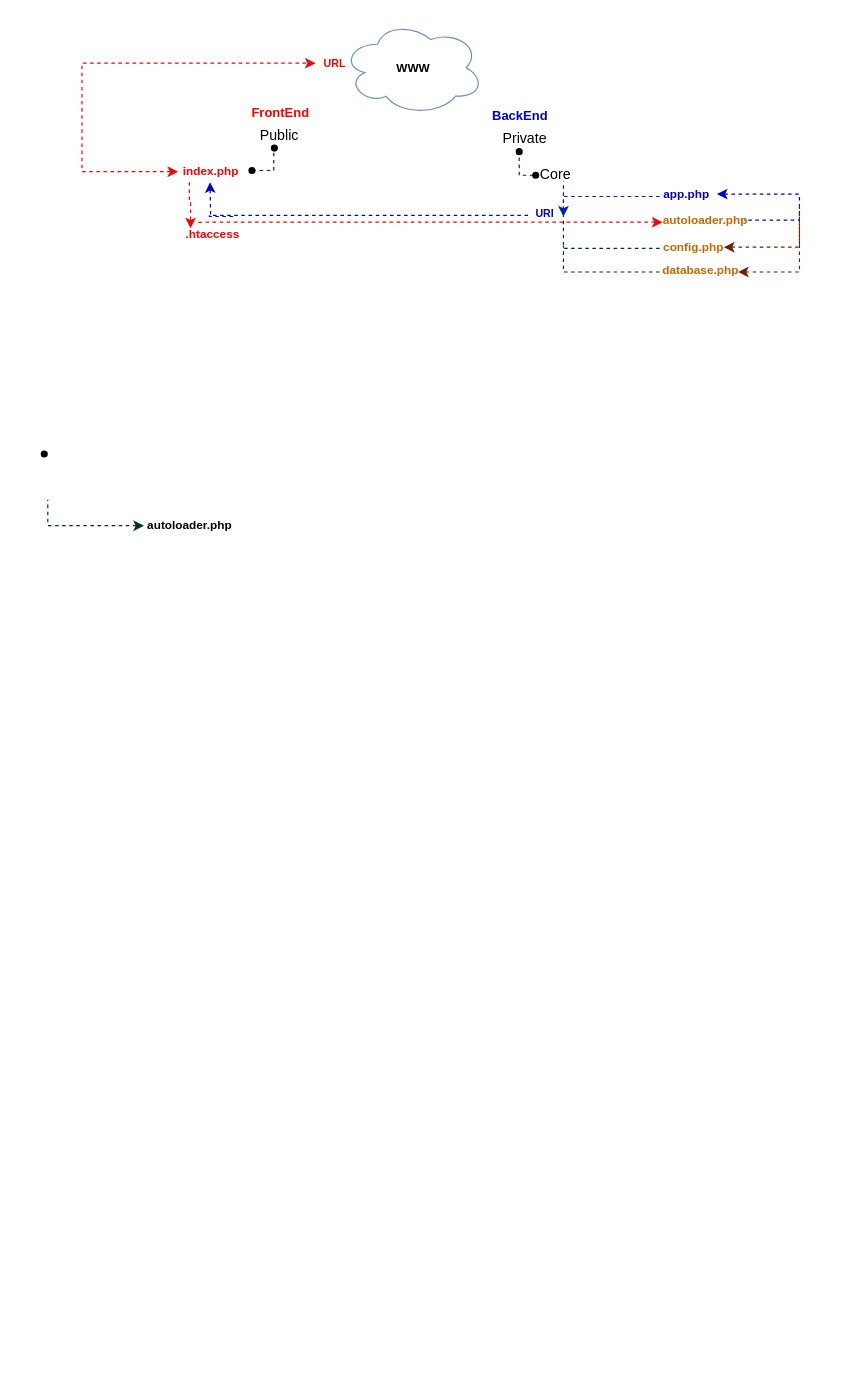
Earlier version of the draw.io diagram material/Diagrama_acelnet_school.drawio (acaluege/acelnet_school). Source tidied: cells renumbered, new cells numbered last; positions are measured from the earlier drawing's top-left corner, leaving out a move shared by most shapes. Both pictures are drawn from the tidied source at 118%, with x=0, y=0 at pixel (20, 20).
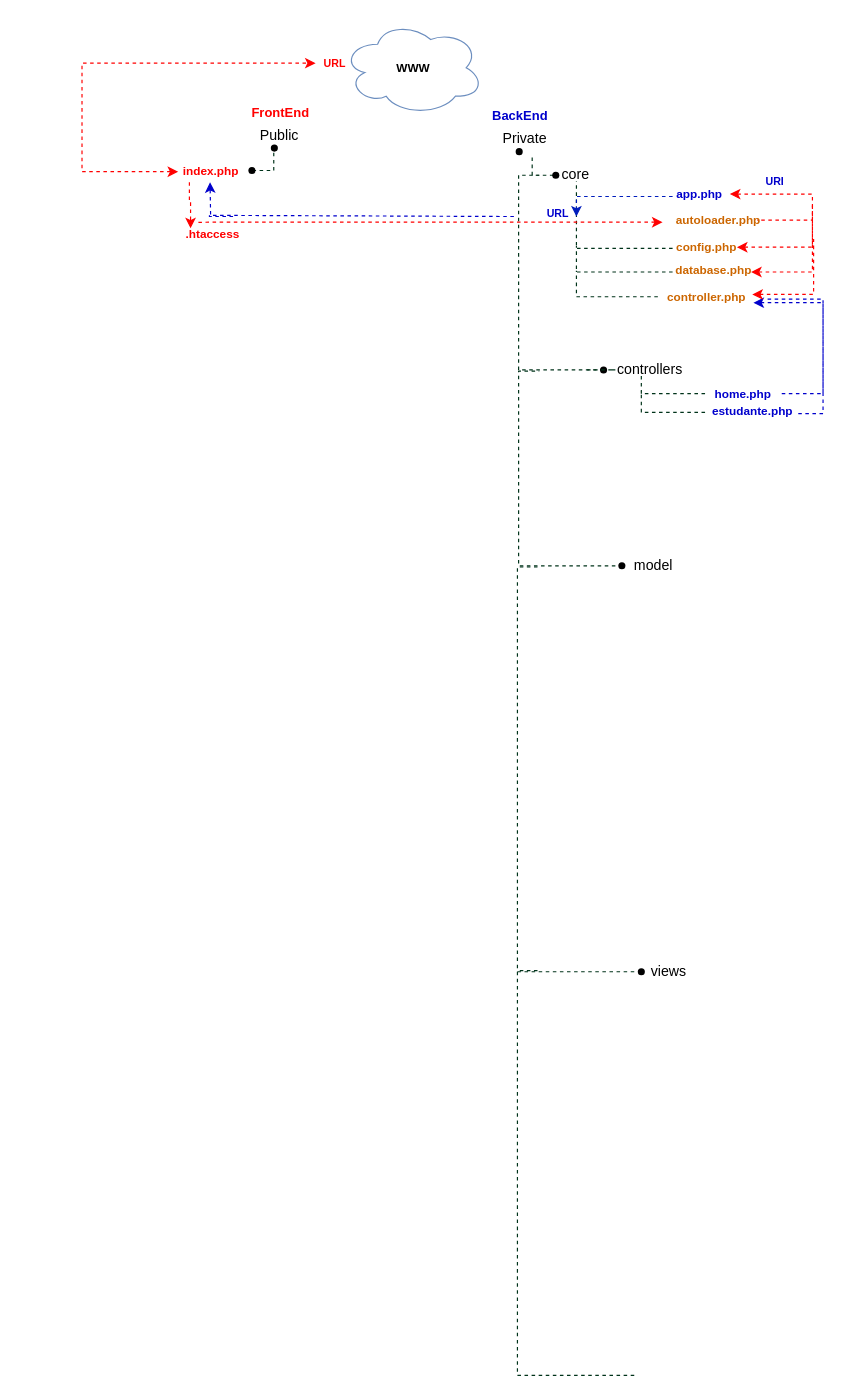
The same diagram, later.

What changed in the source:
```diff
@@
-    <mxCell id="3" style="edgeStyle=orthogonalEdgeStyle;rounded=0;orthogonalLoop=1;jettySize=auto;html=1;dashed=1;fontSize=11;fontColor=#0000CC;startArrow=classic;startFill=1;endArrow=none;endFill=0;strokeColor=#0000CC;strokeWidth=1;" parent="1" edge="1">
+    <mxCell id="3" style="edgeStyle=orthogonalEdgeStyle;rounded=0;orthogonalLoop=1;jettySize=auto;html=1;dashed=1;fontSize=11;fontColor=#FF0000;startArrow=classic;startFill=1;endArrow=none;endFill=0;strokeColor=#0000CC;strokeWidth=1;" parent="1" edge="1">
       <mxGeometry relative="1" as="geometry">
         <mxPoint x="160.5" y="137" as="sourcePoint" />
         <mxPoint x="161" y="166" as="targetPoint" />
       </mxGeometry>
     </mxCell>
@@
     <mxCell id="8" value="app.php" style="text;html=1;align=center;verticalAlign=middle;whiteSpace=wrap;rounded=0;fontStyle=1;fontSize=10;fontColor=#0000CC;" parent="1" vertex="1">
-      <mxGeometry x="531.5" y="137" width="65" height="20.5" as="geometry" />
+      <mxGeometry x="542.5" y="137" width="65" height="20.5" as="geometry" />
     </mxCell>
@@
     <mxCell id="12" style="edgeStyle=orthogonalEdgeStyle;rounded=0;jettySize=auto;html=1;strokeColor=#00331A;strokeWidth=1;dashed=1;endArrow=none;endFill=0;fontSize=10;" parent="1" edge="1" target="13">
       <mxGeometry relative="1" as="geometry">
-        <mxPoint x="422.5" y="116" as="sourcePoint" />
+        <mxPoint x="433.5" y="116" as="sourcePoint" />
         <Array as="points">
-          <mxPoint x="423" y="131" />
+          <mxPoint x="434" y="131" />
         </Array>
       </mxGeometry>
     </mxCell>
     <mxCell id="13" style="shape=waypoint;sketch=0;fillStyle=solid;size=6;points=[];fillColor=none;perimeter=centerPerimeter;snapToPoint=1;fontSize=10;" parent="1" vertex="1">
-      <mxGeometry x="416.5" y="111" width="40" height="40" as="geometry" />
+      <mxGeometry x="433.5" y="111" width="40" height="40" as="geometry" />
     </mxCell>
-    <mxCell id="14" style="shape=waypoint;sketch=0;fillStyle=solid;size=6;fillColor=none;perimeter=centerPerimeter;fontSize=10;" parent="1" vertex="1">
-      <mxGeometry y="347.2" width="40" height="40" as="geometry" />
-    </mxCell>
-    <mxCell id="15" value="Core" style="text;html=1;align=center;verticalAlign=middle;strokeColor=none;fillColor=none;fontSize=12;" parent="1" vertex="1">
-      <mxGeometry x="432.5" y="121" width="40" height="20" as="geometry" />
+    <mxCell id="15" value="core" style="text;html=1;align=center;verticalAlign=middle;strokeColor=none;fillColor=none;fontSize=12;" parent="1" vertex="1">
+      <mxGeometry x="449.5" y="121" width="40" height="20" as="geometry" />
     </mxCell>
     <mxCell id="16" value="autoloader.php" style="text;html=1;align=center;verticalAlign=middle;whiteSpace=wrap;rounded=0;fontStyle=1;fontSize=10;fontColor=#CC6600;" parent="1" vertex="1">
-      <mxGeometry x="548" y="158.5" width="65" height="20.5" as="geometry" />
+      <mxGeometry x="559" y="158.5" width="65" height="20.5" as="geometry" />
     </mxCell>
     <mxCell id="17" value="config.php" style="text;html=1;align=center;verticalAlign=middle;whiteSpace=wrap;rounded=0;fontStyle=1;fontSize=10;fontColor=#CC6600;" parent="1" vertex="1">
-      <mxGeometry x="537.5" y="182" width="65" height="20.5" as="geometry" />
+      <mxGeometry x="548.5" y="182" width="65" height="20.5" as="geometry" />
     </mxCell>
@@
-    <mxCell id="20" value="autoloader.php" style="text;html=1;align=center;verticalAlign=middle;whiteSpace=wrap;rounded=0;fontStyle=1;fontSize=10;" parent="1" vertex="1">
-      <mxGeometry x="111" y="416.5" width="65" height="20.5" as="geometry" />
-    </mxCell>
-    <mxCell id="21" style="edgeStyle=orthogonalEdgeStyle;rounded=0;orthogonalLoop=1;jettySize=auto;html=1;dashed=1;startArrow=classic;startFill=1;endArrow=none;endFill=0;strokeColor=#00331A;strokeWidth=1;" parent="1" edge="1">
-      <mxGeometry relative="1" as="geometry">
-        <mxPoint x="104.5" y="428" as="sourcePoint" />
-        <mxPoint x="23" y="406" as="targetPoint" />
-        <Array as="points">
-          <mxPoint x="23" y="428" />
-        </Array>
-      </mxGeometry>
-    </mxCell>
     <mxCell id="22" style="edgeStyle=orthogonalEdgeStyle;rounded=0;orthogonalLoop=1;jettySize=auto;html=1;dashed=1;startArrow=none;startFill=0;endArrow=none;endFill=0;strokeColor=#00331A;strokeWidth=1;" parent="1" edge="1">
       <mxGeometry relative="1" as="geometry">
-        <mxPoint x="541.5" y="193" as="sourcePoint" />
-        <mxPoint x="460" y="136" as="targetPoint" />
+        <mxPoint x="552.5" y="193" as="sourcePoint" />
+        <mxPoint x="471" y="136" as="targetPoint" />
         <Array as="points">
-          <mxPoint x="460" y="193" />
+          <mxPoint x="471" y="193" />
         </Array>
       </mxGeometry>
     </mxCell>
     <mxCell id="23" value="database.php" style="text;html=1;align=center;verticalAlign=middle;whiteSpace=wrap;rounded=0;fontStyle=1;fontSize=10;fontColor=#CC6600;" parent="1" vertex="1">
-      <mxGeometry x="544" y="200.5" width="65" height="20.5" as="geometry" />
+      <mxGeometry x="555" y="200.5" width="65" height="20.5" as="geometry" />
     </mxCell>
     <mxCell id="24" style="edgeStyle=orthogonalEdgeStyle;rounded=0;orthogonalLoop=1;jettySize=auto;html=1;dashed=1;startArrow=none;startFill=0;endArrow=none;endFill=0;strokeColor=#00331A;strokeWidth=1;" parent="1" edge="1">
       <mxGeometry relative="1" as="geometry">
-        <mxPoint x="541.5" y="213" as="sourcePoint" />
-        <mxPoint x="460" y="191" as="targetPoint" />
+        <mxPoint x="552.5" y="213" as="sourcePoint" />
+        <mxPoint x="471" y="191" as="targetPoint" />
         <Array as="points">
-          <mxPoint x="460" y="213" />
+          <mxPoint x="471" y="213" />
         </Array>
       </mxGeometry>
     </mxCell>
@@
-    <mxCell id="26" style="edgeStyle=orthogonalEdgeStyle;rounded=0;jettySize=auto;html=1;dashed=1;startArrow=classic;startFill=1;endArrow=none;endFill=0;strokeColor=#0000CC;strokeWidth=1;fontColor=#0000CC;fillColor=#a0522d;" parent="1" edge="1" target="16">
+    <mxCell id="26" style="edgeStyle=orthogonalEdgeStyle;rounded=0;jettySize=auto;html=1;dashed=1;startArrow=classic;startFill=1;endArrow=none;endFill=0;strokeColor=#FF0000;strokeWidth=1;fontColor=#0000CC;fillColor=#a0522d;" parent="1" edge="1" target="16">
       <mxGeometry relative="1" as="geometry">
-        <mxPoint x="590" y="147" as="sourcePoint" />
+        <mxPoint x="601" y="147" as="sourcePoint" />
         <Array as="points">
-          <mxPoint x="660" y="147" />
-          <mxPoint x="660" y="169" />
+          <mxPoint x="671" y="147" />
+          <mxPoint x="671" y="169" />
         </Array>
       </mxGeometry>
     </mxCell>
-    <mxCell id="27" style="edgeStyle=orthogonalEdgeStyle;rounded=0;orthogonalLoop=1;jettySize=auto;html=1;dashed=1;startArrow=classic;startFill=1;endArrow=none;endFill=0;strokeColor=#6D1F00;strokeWidth=1;fontColor=#CC6600;fillColor=#a0522d;" parent="1" edge="1">
+    <mxCell id="27" style="edgeStyle=orthogonalEdgeStyle;rounded=0;orthogonalLoop=1;jettySize=auto;html=1;dashed=1;startArrow=classic;startFill=1;endArrow=none;endFill=0;strokeColor=#FF0000;strokeWidth=1;fontColor=#CC6600;fillColor=#a0522d;" parent="1" edge="1">
       <mxGeometry relative="1" as="geometry">
-        <mxPoint x="596" y="192" as="sourcePoint" />
-        <mxPoint x="660" y="156" as="targetPoint" />
+        <mxPoint x="607" y="192" as="sourcePoint" />
+        <mxPoint x="671" y="156" as="targetPoint" />
         <Array as="points">
-          <mxPoint x="660" y="192" />
+          <mxPoint x="671" y="192" />
         </Array>
       </mxGeometry>
     </mxCell>
-    <mxCell id="28" style="edgeStyle=orthogonalEdgeStyle;rounded=0;orthogonalLoop=1;jettySize=auto;html=1;dashed=1;startArrow=classic;startFill=1;endArrow=none;endFill=0;strokeColor=#6D1F00;strokeWidth=1;fillColor=#a0522d;" parent="1" edge="1">
+    <mxCell id="28" style="edgeStyle=orthogonalEdgeStyle;rounded=0;orthogonalLoop=1;jettySize=auto;html=1;dashed=1;startArrow=classic;startFill=1;endArrow=none;endFill=0;strokeColor=#FF0000;strokeWidth=1;fillColor=#a0522d;" parent="1" edge="1">
       <mxGeometry relative="1" as="geometry">
-        <mxPoint x="608" y="213" as="sourcePoint" />
-        <mxPoint x="660" y="166" as="targetPoint" />
+        <mxPoint x="619" y="213" as="sourcePoint" />
+        <mxPoint x="671" y="166" as="targetPoint" />
         <Array as="points">
-          <mxPoint x="660" y="213" />
+          <mxPoint x="671" y="213" />
         </Array>
       </mxGeometry>
     </mxCell>
@@
     <mxCell id="31" style="edgeStyle=orthogonalEdgeStyle;rounded=0;orthogonalLoop=1;jettySize=auto;html=1;dashed=1;startArrow=none;startFill=0;endArrow=classic;endFill=1;strokeColor=#001DBC;strokeWidth=1;fillColor=#0050ef;" parent="1" edge="1">
       <mxGeometry relative="1" as="geometry">
-        <mxPoint x="541.5" y="149" as="sourcePoint" />
-        <mxPoint x="460" y="166" as="targetPoint" />
+        <mxPoint x="552.5" y="149" as="sourcePoint" />
+        <mxPoint x="471" y="166" as="targetPoint" />
         <Array as="points">
-          <mxPoint x="460" y="149" />
+          <mxPoint x="471" y="149" />
         </Array>
       </mxGeometry>
     </mxCell>
@@
-    <mxCell id="33" style="edgeStyle=orthogonalEdgeStyle;rounded=0;orthogonalLoop=1;jettySize=auto;html=1;dashed=1;fontSize=11;fontColor=#0000CC;startArrow=none;startFill=0;endArrow=none;endFill=0;strokeColor=#0000CC;strokeWidth=1;" parent="1" edge="1">
+    <mxCell id="33" style="edgeStyle=orthogonalEdgeStyle;rounded=0;orthogonalLoop=1;jettySize=auto;html=1;dashed=1;fontSize=11;fontColor=#FF0000;startArrow=none;startFill=0;endArrow=none;endFill=0;strokeColor=#0000CC;strokeWidth=1;" parent="1" edge="1">
       <mxGeometry relative="1" as="geometry">
         <mxPoint x="180" y="166" as="sourcePoint" />
-        <mxPoint x="430" y="165" as="targetPoint" />
+        <mxPoint x="420" y="166" as="targetPoint" />
         <Array as="points">
           <mxPoint x="160" y="166" />
           <mxPoint x="160" y="165" />
         </Array>
       </mxGeometry>
     </mxCell>
-    <mxCell id="34" value="URI" style="text;html=1;align=center;verticalAlign=middle;strokeColor=none;fillColor=none;fontColor=#0000CC;fontSize=9;fontStyle=1;" parent="1" vertex="1">
-      <mxGeometry x="429" y="154" width="30" height="20" as="geometry" />
+    <mxCell id="34" value="URL" style="text;html=1;align=center;verticalAlign=middle;strokeColor=none;fillColor=none;fontColor=#0000CC;fontSize=9;fontStyle=1;" parent="1" vertex="1">
+      <mxGeometry x="440" y="154" width="30" height="20" as="geometry" />
     </mxCell>
@@
+    <mxCell id="36" value="controllers" style="text;html=1;align=center;verticalAlign=middle;strokeColor=none;fillColor=none;fontSize=12;" parent="1" vertex="1">
+      <mxGeometry x="498" y="285.8" width="70" height="20" as="geometry" />
+    </mxCell>
+    <mxCell id="37" style="edgeStyle=orthogonalEdgeStyle;rounded=0;jettySize=auto;html=1;dashed=1;startArrow=none;startFill=0;endArrow=none;endFill=0;strokeColor=#00331A;strokeWidth=1;entryX=0.029;entryY=0.858;entryDx=0;entryDy=0;entryPerimeter=0;" parent="1" edge="1" source="51">
+      <mxGeometry relative="1" as="geometry">
+        <mxPoint x="439.5" y="131" as="targetPoint" />
+        <Array as="points">
+          <mxPoint x="422" y="131" />
+        </Array>
+      </mxGeometry>
+    </mxCell>
+    <mxCell id="38" style="edgeStyle=orthogonalEdgeStyle;rounded=0;orthogonalLoop=1;jettySize=auto;html=1;dashed=1;startArrow=none;startFill=0;endArrow=none;endFill=0;strokeColor=#00331A;strokeWidth=1;entryX=0.029;entryY=0.858;entryDx=0;entryDy=0;entryPerimeter=0;" parent="1" edge="1">
+      <mxGeometry relative="1" as="geometry">
+        <mxPoint x="504" y="462" as="sourcePoint" />
+        <mxPoint x="439.5" y="297" as="targetPoint" />
+        <Array as="points">
+          <mxPoint x="504" y="462" />
+          <mxPoint x="422" y="462" />
+          <mxPoint x="422" y="297" />
+        </Array>
+      </mxGeometry>
+    </mxCell>
+    <mxCell id="39" style="edgeStyle=orthogonalEdgeStyle;rounded=0;orthogonalLoop=1;jettySize=auto;html=1;dashed=1;startArrow=none;startFill=0;endArrow=none;endFill=0;strokeColor=#00331A;strokeWidth=1;entryX=0.029;entryY=0.858;entryDx=0;entryDy=0;entryPerimeter=0;" parent="1" edge="1">
+      <mxGeometry relative="1" as="geometry">
+        <mxPoint x="520" y="806" as="sourcePoint" />
+        <mxPoint x="438.5" y="463" as="targetPoint" />
+        <Array as="points">
+          <mxPoint x="503" y="806" />
+          <mxPoint x="421" y="806" />
+          <mxPoint x="421" y="463" />
+        </Array>
+      </mxGeometry>
+    </mxCell>
+    <mxCell id="40" value="model" style="text;html=1;align=center;verticalAlign=middle;strokeColor=none;fillColor=none;fontSize=12;" parent="1" vertex="1">
+      <mxGeometry x="511" y="452" width="50" height="20" as="geometry" />
+    </mxCell>
+    <mxCell id="41" style="shape=waypoint;sketch=0;fillStyle=solid;size=6;fillColor=none;perimeter=centerPerimeter;fontSize=10;" parent="1" vertex="1">
+      <mxGeometry x="489.5" y="442" width="40" height="40" as="geometry" />
+    </mxCell>
+    <mxCell id="42" value="views" style="text;html=1;align=center;verticalAlign=middle;strokeColor=none;fillColor=none;fontSize=12;" parent="1" vertex="1">
+      <mxGeometry x="524" y="796" width="50" height="20" as="geometry" />
+    </mxCell>
+    <mxCell id="43" style="shape=waypoint;sketch=0;fillStyle=solid;size=6;fillColor=none;perimeter=centerPerimeter;fontSize=10;" parent="1" vertex="1">
+      <mxGeometry x="506" y="786" width="40" height="40" as="geometry" />
+    </mxCell>
+    <mxCell id="44" style="edgeStyle=orthogonalEdgeStyle;rounded=0;orthogonalLoop=1;jettySize=auto;html=1;dashed=1;startArrow=none;startFill=0;endArrow=none;endFill=0;strokeColor=#00331A;strokeWidth=1;entryX=0.029;entryY=0.858;entryDx=0;entryDy=0;entryPerimeter=0;" parent="1" edge="1">
+      <mxGeometry relative="1" as="geometry">
+        <mxPoint x="520" y="1148" as="sourcePoint" />
+        <mxPoint x="438.5" y="805" as="targetPoint" />
+        <Array as="points">
+          <mxPoint x="503" y="1148" />
+          <mxPoint x="421" y="1148" />
+          <mxPoint x="421" y="805" />
+        </Array>
+      </mxGeometry>
+    </mxCell>
+    <mxCell id="45" style="edgeStyle=orthogonalEdgeStyle;rounded=0;jettySize=auto;html=1;dashed=1;startArrow=none;startFill=0;endArrow=none;endFill=0;strokeColor=#00331A;strokeWidth=1;exitX=0;exitY=0.5;exitDx=0;exitDy=0;" parent="1" edge="1" source="46">
+      <mxGeometry relative="1" as="geometry">
+        <mxPoint x="526" y="297.8" as="targetPoint" />
+        <Array as="points">
+          <mxPoint x="526" y="315.8" />
+        </Array>
+      </mxGeometry>
+    </mxCell>
+    <mxCell id="46" value="home.php" style="text;html=1;align=center;verticalAlign=middle;whiteSpace=wrap;rounded=0;fontStyle=1;fontSize=10;fontColor=#0000CC;" parent="1" vertex="1">
+      <mxGeometry x="580" y="305.8" width="65" height="20.5" as="geometry" />
+    </mxCell>
+    <mxCell id="47" value="URI" style="text;html=1;align=center;verticalAlign=middle;strokeColor=none;fillColor=none;fontColor=#0000CC;fontSize=9;fontStyle=1;" parent="1" vertex="1">
+      <mxGeometry x="624" y="127" width="30" height="20" as="geometry" />
+    </mxCell>
+    <mxCell id="48" style="edgeStyle=orthogonalEdgeStyle;rounded=0;orthogonalLoop=1;jettySize=auto;html=1;dashed=1;startArrow=none;startFill=0;endArrow=none;endFill=0;strokeColor=#00331A;strokeWidth=1;" parent="1" edge="1">
+      <mxGeometry relative="1" as="geometry">
+        <mxPoint x="540" y="234" as="sourcePoint" />
+        <mxPoint x="471" y="212" as="targetPoint" />
+        <Array as="points">
+          <mxPoint x="471" y="234" />
+        </Array>
+      </mxGeometry>
+    </mxCell>
+    <mxCell id="49" value="controller.php" style="text;html=1;align=center;verticalAlign=middle;whiteSpace=wrap;rounded=0;fontStyle=1;fontSize=10;fontColor=#CC6600;" parent="1" vertex="1">
+      <mxGeometry x="549" y="223.5" width="65" height="20.5" as="geometry" />
+    </mxCell>
+    <mxCell id="50" style="edgeStyle=orthogonalEdgeStyle;rounded=0;jettySize=auto;html=1;dashed=1;startArrow=none;startFill=0;endArrow=classic;endFill=1;strokeColor=#0000CC;strokeWidth=1;fillColor=#a0522d;exitX=1;exitY=0.5;exitDx=0;exitDy=0;" parent="1" edge="1" source="46">
+      <mxGeometry relative="1" as="geometry">
+        <mxPoint x="621" y="239" as="targetPoint" />
+        <Array as="points">
+          <mxPoint x="680" y="316" />
+          <mxPoint x="680" y="239" />
+        </Array>
+      </mxGeometry>
+    </mxCell>
+    <mxCell id="51" style="shape=waypoint;sketch=0;fillStyle=solid;size=6;points=[];fillColor=none;perimeter=centerPerimeter;snapToPoint=1;fontSize=10;" parent="1" vertex="1">
+      <mxGeometry x="474" y="276" width="40" height="40" as="geometry" />
+    </mxCell>
+    <mxCell id="52" style="edgeStyle=orthogonalEdgeStyle;rounded=0;orthogonalLoop=1;jettySize=auto;html=1;dashed=1;startArrow=none;startFill=0;endArrow=none;endFill=0;strokeColor=#00331A;strokeWidth=1;" parent="1" edge="1">
+      <mxGeometry relative="1" as="geometry">
+        <mxPoint x="480" y="296" as="sourcePoint" />
+        <mxPoint x="500" y="296" as="targetPoint" />
+        <Array as="points">
+          <mxPoint x="504" y="296" />
+          <mxPoint x="422" y="296" />
+        </Array>
+      </mxGeometry>
+    </mxCell>
+    <mxCell id="53" style="edgeStyle=orthogonalEdgeStyle;rounded=0;orthogonalLoop=1;jettySize=auto;html=1;dashed=1;startArrow=classic;startFill=1;endArrow=none;endFill=0;strokeColor=#FF0000;strokeWidth=1;fillColor=#a0522d;" parent="1" edge="1">
+      <mxGeometry relative="1" as="geometry">
+        <mxPoint x="620" y="232" as="sourcePoint" />
+        <mxPoint x="672" y="185" as="targetPoint" />
+        <Array as="points">
+          <mxPoint x="672" y="232" />
+        </Array>
+      </mxGeometry>
+    </mxCell>
+    <mxCell id="54" style="edgeStyle=orthogonalEdgeStyle;rounded=0;orthogonalLoop=1;jettySize=auto;html=1;dashed=1;startArrow=none;startFill=0;endArrow=none;endFill=0;strokeColor=#00331A;strokeWidth=1;exitX=0;exitY=0.5;exitDx=0;exitDy=0;" parent="1" edge="1">
+      <mxGeometry relative="1" as="geometry">
+        <mxPoint x="580" y="332" as="sourcePoint" />
+        <mxPoint x="526" y="313.8" as="targetPoint" />
+        <Array as="points">
+          <mxPoint x="526" y="331.8" />
+        </Array>
+      </mxGeometry>
+    </mxCell>
+    <mxCell id="55" value="estudante.php" style="text;html=1;align=center;verticalAlign=middle;whiteSpace=wrap;rounded=0;fontStyle=1;fontSize=10;fontColor=#0000CC;" parent="1" vertex="1">
+      <mxGeometry x="588" y="320.8" width="65" height="20.5" as="geometry" />
+    </mxCell>
+    <mxCell id="56" style="edgeStyle=orthogonalEdgeStyle;rounded=0;orthogonalLoop=1;jettySize=auto;html=1;dashed=1;startArrow=none;startFill=0;endArrow=none;endFill=0;strokeColor=#0000CC;strokeWidth=1;fillColor=#a0522d;exitX=1;exitY=0.5;exitDx=0;exitDy=0;" parent="1" edge="1">
+      <mxGeometry relative="1" as="geometry">
+        <mxPoint x="659" y="333" as="sourcePoint" />
+        <mxPoint x="630" y="236" as="targetPoint" />
+        <Array as="points">
+          <mxPoint x="680" y="333" />
+          <mxPoint x="680" y="236" />
+        </Array>
+      </mxGeometry>
+    </mxCell>
```
